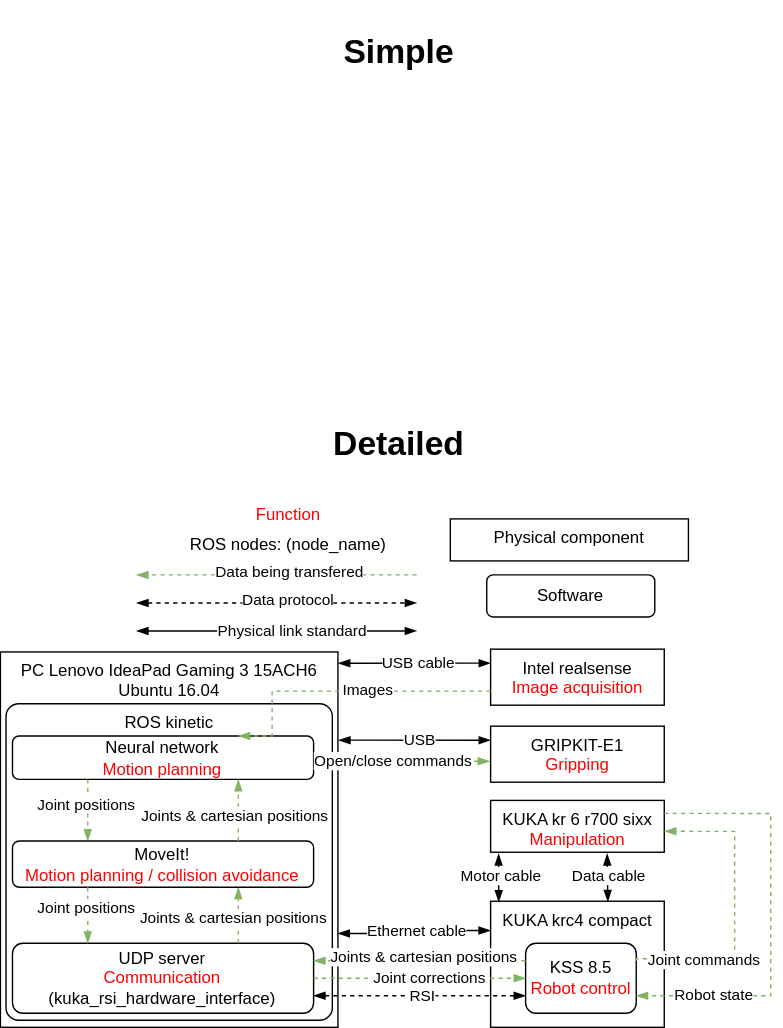
Above: system_architecture.drawio.svg in kasperfg16/p8_sewbot (draw.io), before the change. Source tidied: cells renumbered, new cells last; positions are measured from the earlier drawing's top-left corner, leaving out a move shared by most shapes.
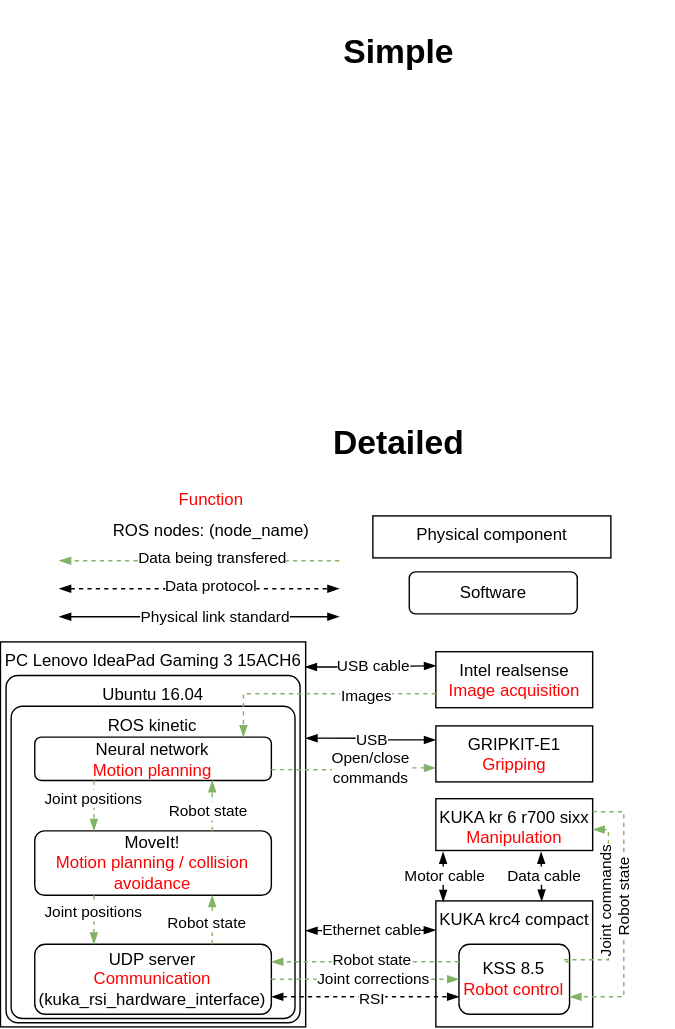
After the commit.

Diff of the diagram source:
```diff
@@ -3,24 +3,33 @@
     <mxCell id="0" />
     <mxCell id="1" parent="0" />
     <mxCell id="2" value="KUKA kr 6 r700 sixx&lt;br&gt;&lt;font color=&quot;#ff0000&quot;&gt;Manipulation&lt;/font&gt;" style="rounded=0;whiteSpace=wrap;html=1;verticalAlign=top;" parent="1" vertex="1">
-      <mxGeometry x="349.8" y="571" width="124" height="37" as="geometry" />
+      <mxGeometry x="310.8" y="570" width="112" height="37" as="geometry" />
     </mxCell>
     <mxCell id="3" style="group;" parent="1" vertex="1">
-      <mxGeometry x="47.8" y="453" width="220" height="280" as="geometry" />
+      <mxGeometry x="47.8" y="453" width="223.2" height="280" as="geometry" />
     </mxCell>
+    <mxCell id="59" style="group;" parent="3" vertex="1">
+      <mxGeometry x="-48" y="5" width="271.2" height="275" as="geometry" />
+    </mxCell>
-    <mxCell id="4" value="PC&amp;nbsp;Lenovo IdeaPad Gaming 3 15ACH6 Ubuntu 16.04" style="rounded=0;whiteSpace=wrap;html=1;verticalAlign=top;" parent="3" vertex="1">
-      <mxGeometry x="-48" y="12" width="241" height="268" as="geometry" />
+    <mxCell id="4" value="PC&amp;nbsp;Lenovo IdeaPad Gaming 3 15ACH6" style="rounded=0;whiteSpace=wrap;html=1;verticalAlign=top;" parent="59" vertex="1">
+      <mxGeometry width="218" height="275" as="geometry" />
     </mxCell>
+    <mxCell id="60" value="Ubuntu 16.04" style="rounded=1;whiteSpace=wrap;html=1;verticalAlign=top;arcSize=4;" parent="59" vertex="1">
+      <mxGeometry x="4" y="24" width="210" height="248" as="geometry" />
+    </mxCell>
-    <mxCell id="5" value="ROS kinetic" style="rounded=1;whiteSpace=wrap;html=1;verticalAlign=top;arcSize=4;" parent="3" vertex="1">
-      <mxGeometry x="-44" y="49" width="233" height="226" as="geometry" />
+    <mxCell id="5" value="ROS kinetic" style="rounded=1;whiteSpace=wrap;html=1;verticalAlign=top;arcSize=4;" parent="59" vertex="1">
+      <mxGeometry x="7.6" y="46" width="202.8" height="223" as="geometry" />
     </mxCell>
-    <mxCell id="6" value="Neural network&lt;br&gt;&lt;font color=&quot;#ff0000&quot;&gt;Motion planning&lt;/font&gt;" style="rounded=1;whiteSpace=wrap;html=1;" parent="3" vertex="1">
-      <mxGeometry x="-39.4" y="72" width="215" height="31" as="geometry" />
+    <mxCell id="6" value="Neural network&lt;br&gt;&lt;font color=&quot;#ff0000&quot;&gt;Motion planning&lt;/font&gt;" style="rounded=1;whiteSpace=wrap;html=1;" parent="59" vertex="1">
+      <mxGeometry x="24.5" y="68" width="169" height="31" as="geometry" />
     </mxCell>
+    <mxCell id="12" value="MoveIt!&lt;br&gt;&lt;font color=&quot;#ff0000&quot;&gt;Motion planning / collision avoidance&lt;/font&gt;" style="rounded=1;whiteSpace=wrap;html=1;" parent="59" vertex="1">
+      <mxGeometry x="24.5" y="135" width="169" height="46" as="geometry" />
+    </mxCell>
-    <mxCell id="7" value="UDP server&lt;br&gt;&lt;font color=&quot;#ff0000&quot;&gt;Communication&lt;/font&gt;&lt;br&gt;(kuka_rsi_hardware_interface)" style="rounded=1;whiteSpace=wrap;html=1;" parent="3" vertex="1">
-      <mxGeometry x="-39.4" y="220" width="215" height="50" as="geometry" />
+    <mxCell id="7" value="UDP server&lt;br&gt;&lt;font color=&quot;#ff0000&quot;&gt;Communication&lt;/font&gt;&lt;br&gt;(kuka_rsi_hardware_interface)" style="rounded=1;whiteSpace=wrap;html=1;" parent="59" vertex="1">
+      <mxGeometry x="24.5" y="216" width="169" height="50" as="geometry" />
     </mxCell>
-    <mxCell id="8" style="edgeStyle=orthogonalEdgeStyle;rounded=0;jettySize=auto;html=1;exitX=0.25;exitY=1;exitDx=0;exitDy=0;dashed=1;endArrow=blockThin;endFill=1;startArrow=none;startFill=0;fillColor=#d5e8d4;strokeColor=#82b366;entryX=0.25;entryY=0;entryDx=0;entryDy=0;" parent="3" edge="1" source="6" target="12">
+    <mxCell id="8" style="edgeStyle=orthogonalEdgeStyle;rounded=0;jettySize=auto;html=1;exitX=0.25;exitY=1;exitDx=0;exitDy=0;dashed=1;endArrow=blockThin;endFill=1;startArrow=none;startFill=0;fillColor=#d5e8d4;strokeColor=#82b366;entryX=0.25;entryY=0;entryDx=0;entryDy=0;" parent="59" edge="1" source="6" target="12">
       <mxGeometry relative="1" as="geometry" />
     </mxCell>
     <mxCell id="9" value="Joint positions" style="edgeLabel;html=1;align=center;verticalAlign=middle;" parent="8" vertex="1">
@@ -28,26 +37,23 @@
         <mxPoint x="-2" y="-7" as="offset" />
       </mxGeometry>
     </mxCell>
+    <mxCell id="13" style="edgeStyle=orthogonalEdgeStyle;rounded=0;jettySize=auto;html=1;exitX=0.75;exitY=0;exitDx=0;exitDy=0;dashed=1;endArrow=blockThin;endFill=1;startArrow=none;startFill=0;fillColor=#d5e8d4;strokeColor=#82b366;entryX=0.75;entryY=1;entryDx=0;entryDy=0;" parent="59" edge="1" source="12" target="6">
+      <mxGeometry relative="1" as="geometry" />
+    </mxCell>
+    <mxCell id="14" value="Robot state" style="edgeLabel;html=1;align=center;verticalAlign=middle;" parent="13" vertex="1">
+      <mxGeometry x="0.11" y="1" relative="1" as="geometry">
+        <mxPoint x="-2" y="6" as="offset" />
+      </mxGeometry>
+    </mxCell>
-    <mxCell id="10" style="edgeStyle=orthogonalEdgeStyle;rounded=0;jettySize=auto;html=1;exitX=0.75;exitY=0;exitDx=0;exitDy=0;dashed=1;endArrow=blockThin;endFill=1;startArrow=none;startFill=0;fillColor=#d5e8d4;strokeColor=#82b366;entryX=0.75;entryY=1;entryDx=0;entryDy=0;" parent="3" edge="1" source="7" target="12">
+    <mxCell id="10" style="edgeStyle=orthogonalEdgeStyle;rounded=0;jettySize=auto;html=1;exitX=0.75;exitY=0;exitDx=0;exitDy=0;dashed=1;endArrow=blockThin;endFill=1;startArrow=none;startFill=0;fillColor=#d5e8d4;strokeColor=#82b366;entryX=0.75;entryY=1;entryDx=0;entryDy=0;" parent="59" edge="1" source="7" target="12">
       <mxGeometry relative="1" as="geometry" />
     </mxCell>
-    <mxCell id="11" value="Joints &amp;amp; cartesian positions" style="edgeLabel;html=1;align=center;verticalAlign=middle;" parent="10" vertex="1">
+    <mxCell id="11" value="Robot state" style="edgeLabel;html=1;align=center;verticalAlign=middle;" parent="10" vertex="1">
       <mxGeometry x="0.11" y="1" relative="1" as="geometry">
         <mxPoint x="-3" y="4" as="offset" />
       </mxGeometry>
     </mxCell>
-    <mxCell id="12" value="MoveIt!&lt;br&gt;&lt;font color=&quot;#ff0000&quot;&gt;Motion planning / collision avoidance&lt;/font&gt;" style="rounded=1;whiteSpace=wrap;html=1;" parent="3" vertex="1">
-      <mxGeometry x="-39.4" y="147" width="215" height="33" as="geometry" />
-    </mxCell>
-    <mxCell id="13" style="edgeStyle=orthogonalEdgeStyle;rounded=0;jettySize=auto;html=1;exitX=0.75;exitY=0;exitDx=0;exitDy=0;dashed=1;endArrow=blockThin;endFill=1;startArrow=none;startFill=0;fillColor=#d5e8d4;strokeColor=#82b366;entryX=0.75;entryY=1;entryDx=0;entryDy=0;" parent="3" edge="1" source="12" target="6">
-      <mxGeometry relative="1" as="geometry" />
-    </mxCell>
-    <mxCell id="14" value="Joints &amp;amp; cartesian positions" style="edgeLabel;html=1;align=center;verticalAlign=middle;" parent="13" vertex="1">
-      <mxGeometry x="0.11" y="1" relative="1" as="geometry">
-        <mxPoint x="-2" y="6" as="offset" />
-      </mxGeometry>
-    </mxCell>
-    <mxCell id="15" style="edgeStyle=orthogonalEdgeStyle;rounded=0;jettySize=auto;html=1;exitX=0.25;exitY=1;exitDx=0;exitDy=0;dashed=1;endArrow=blockThin;endFill=1;startArrow=none;startFill=0;fillColor=#d5e8d4;strokeColor=#82b366;entryX=0.25;entryY=0;entryDx=0;entryDy=0;" parent="3" edge="1" source="12" target="7">
+    <mxCell id="15" style="edgeStyle=orthogonalEdgeStyle;rounded=0;jettySize=auto;html=1;exitX=0.25;exitY=1;exitDx=0;exitDy=0;dashed=1;endArrow=blockThin;endFill=1;startArrow=none;startFill=0;fillColor=#d5e8d4;strokeColor=#82b366;entryX=0.25;entryY=0;entryDx=0;entryDy=0;" parent="59" edge="1" source="12" target="7">
       <mxGeometry relative="1" as="geometry" />
     </mxCell>
     <mxCell id="16" value="Joint positions" style="edgeLabel;html=1;align=center;verticalAlign=middle;" parent="15" vertex="1">
@@ -56,20 +62,20 @@
       </mxGeometry>
     </mxCell>
     <mxCell id="17" style="group;" parent="1" vertex="1">
-      <mxGeometry x="349.8" y="613" width="170" height="120" as="geometry" />
+      <mxGeometry x="310.8" y="613" width="170" height="120" as="geometry" />
     </mxCell>
     <mxCell id="18" value="KUKA krc4 compact" style="rounded=0;whiteSpace=wrap;html=1;verticalAlign=top;" parent="17" vertex="1">
-      <mxGeometry y="30" width="124" height="90" as="geometry" />
+      <mxGeometry y="30" width="112" height="90" as="geometry" />
     </mxCell>
     <mxCell id="19" value="KSS 8.5&lt;br&gt;&lt;font color=&quot;#ff0000&quot;&gt;Robot control&lt;/font&gt;" style="rounded=1;whiteSpace=wrap;html=1;" parent="17" vertex="1">
-      <mxGeometry x="25" y="60" width="79" height="50" as="geometry" />
+      <mxGeometry x="16.5" y="61" width="79" height="50" as="geometry" />
     </mxCell>
     <mxCell id="20" style="edgeStyle=orthogonalEdgeStyle;rounded=0;jettySize=auto;html=1;exitX=1;exitY=0.75;exitDx=0;exitDy=0;endArrow=blockThin;endFill=1;startArrow=blockThin;startFill=1;entryX=-0.001;entryY=0.232;entryDx=0;entryDy=0;entryPerimeter=0;" parent="1" edge="1" source="4" target="18">
       <mxGeometry relative="1" as="geometry" />
     </mxCell>
     <mxCell id="21" value="Ethernet cable" style="edgeLabel;html=1;align=center;verticalAlign=middle;" parent="20" vertex="1">
       <mxGeometry x="0.18" relative="1" as="geometry">
-        <mxPoint x="-7" as="offset" />
+        <mxPoint x="-8" as="offset" />
       </mxGeometry>
     </mxCell>
     <mxCell id="22" style="edgeStyle=orthogonalEdgeStyle;rounded=0;jettySize=auto;html=1;exitX=1;exitY=0.75;exitDx=0;exitDy=0;entryX=0;entryY=0.75;entryDx=0;entryDy=0;dashed=1;endArrow=blockThin;endFill=1;startArrow=blockThin;startFill=1;" parent="1" edge="1" source="7" target="19">
@@ -77,24 +83,24 @@
     </mxCell>
     <mxCell id="23" value="RSI" style="edgeLabel;html=1;align=center;verticalAlign=middle;" parent="22" vertex="1">
       <mxGeometry x="0.24" relative="1" as="geometry">
-        <mxPoint x="-16" as="offset" />
+        <mxPoint x="-12" y="1" as="offset" />
       </mxGeometry>
     </mxCell>
     <mxCell id="24" style="edgeStyle=orthogonalEdgeStyle;rounded=0;jettySize=auto;html=1;exitX=0;exitY=0.25;exitDx=0;exitDy=0;dashed=1;endArrow=blockThin;endFill=1;startArrow=none;startFill=0;fillColor=#d5e8d4;strokeColor=#82b366;entryX=1;entryY=0.25;entryDx=0;entryDy=0;" parent="1" edge="1" source="19" target="7">
       <mxGeometry relative="1" as="geometry" />
     </mxCell>
-    <mxCell id="25" value="Joints &amp;amp; cartesian positions" style="edgeLabel;html=1;align=center;verticalAlign=middle;" parent="24" vertex="1">
+    <mxCell id="25" value="Robot state" style="edgeLabel;html=1;align=center;verticalAlign=middle;" parent="24" vertex="1">
       <mxGeometry x="0.11" y="1" relative="1" as="geometry">
-        <mxPoint x="12" y="-4" as="offset" />
+        <mxPoint x="12" y="-3" as="offset" />
       </mxGeometry>
     </mxCell>
     <mxCell id="26" value="ROS nodes: (node_name)&lt;br&gt;" style="text;html=1;align=center;verticalAlign=middle;strokeColor=none;fillColor=none;" parent="1" vertex="1">
-      <mxGeometry x="125.2" y="374" width="160" height="30" as="geometry" />
+      <mxGeometry x="70" y="364" width="160" height="30" as="geometry" />
     </mxCell>
     <mxCell id="27" style="edgeStyle=orthogonalEdgeStyle;rounded=0;orthogonalLoop=1;jettySize=auto;html=1;exitX=0;exitY=0.25;exitDx=0;exitDy=0;dashed=1;endArrow=blockThin;endFill=1;startArrow=none;startFill=0;fillColor=#d5e8d4;strokeColor=#82b366;entryX=1;entryY=0.25;entryDx=0;entryDy=0;" parent="1" edge="1">
       <mxGeometry relative="1" as="geometry">
-        <mxPoint x="297" y="410" as="sourcePoint" />
-        <mxPoint x="97" y="410" as="targetPoint" />
+        <mxPoint x="241.8" y="400" as="sourcePoint" />
+        <mxPoint x="41.8" y="400" as="targetPoint" />
       </mxGeometry>
     </mxCell>
     <mxCell id="28" value="Data being transfered" style="edgeLabel;html=1;align=center;verticalAlign=middle;" parent="27" vertex="1">
@@ -104,8 +110,8 @@
     </mxCell>
     <mxCell id="29" style="edgeStyle=orthogonalEdgeStyle;rounded=0;orthogonalLoop=1;jettySize=auto;html=1;exitX=1;exitY=0.75;exitDx=0;exitDy=0;entryX=0;entryY=0.75;entryDx=0;entryDy=0;dashed=1;endArrow=blockThin;endFill=1;startArrow=blockThin;startFill=1;" parent="1" edge="1">
       <mxGeometry relative="1" as="geometry">
-        <mxPoint x="97" y="430" as="sourcePoint" />
-        <mxPoint x="297" y="430" as="targetPoint" />
+        <mxPoint x="41.8" y="420" as="sourcePoint" />
+        <mxPoint x="241.8" y="420" as="targetPoint" />
       </mxGeometry>
     </mxCell>
     <mxCell id="30" value="Data protocol" style="edgeLabel;html=1;align=center;verticalAlign=middle;" parent="29" vertex="1">
@@ -115,8 +121,8 @@
     </mxCell>
     <mxCell id="31" style="edgeStyle=orthogonalEdgeStyle;rounded=0;orthogonalLoop=1;jettySize=auto;html=1;exitX=1;exitY=0.25;exitDx=0;exitDy=0;endArrow=blockThin;endFill=1;startArrow=blockThin;startFill=1;" parent="1" edge="1">
       <mxGeometry relative="1" as="geometry">
-        <mxPoint x="97" y="450" as="sourcePoint" />
-        <mxPoint x="297" y="450" as="targetPoint" />
+        <mxPoint x="41.8" y="440" as="sourcePoint" />
+        <mxPoint x="241.8" y="440" as="targetPoint" />
       </mxGeometry>
     </mxCell>
     <mxCell id="32" value="Physical link standard" style="edgeLabel;html=1;align=center;verticalAlign=middle;" parent="31" vertex="1">
@@ -125,13 +131,13 @@
       </mxGeometry>
     </mxCell>
     <mxCell id="33" style="group;" parent="1" vertex="1">
-      <mxGeometry x="321" y="370" width="170" height="30" as="geometry" />
+      <mxGeometry x="265.8" y="368" width="170" height="30" as="geometry" />
     </mxCell>
     <mxCell id="34" value="Physical component" style="rounded=0;whiteSpace=wrap;html=1;verticalAlign=top;" parent="33" vertex="1">
       <mxGeometry width="170" height="30" as="geometry" />
     </mxCell>
     <mxCell id="35" value="Software" style="rounded=1;whiteSpace=wrap;html=1;" parent="1" vertex="1">
-      <mxGeometry x="347" y="410" width="120" height="30" as="geometry" />
+      <mxGeometry x="291.8" y="408" width="120" height="30" as="geometry" />
     </mxCell>
     <mxCell id="36" style="edgeStyle=orthogonalEdgeStyle;rounded=0;jettySize=auto;html=1;endArrow=blockThin;endFill=1;startArrow=blockThin;startFill=1;entryX=0.671;entryY=1.027;entryDx=0;entryDy=0;entryPerimeter=0;exitX=0.675;exitY=0.004;exitDx=0;exitDy=0;exitPerimeter=0;" parent="1" edge="1" source="18" target="2">
       <mxGeometry relative="1" as="geometry" />
@@ -146,13 +152,13 @@
     </mxCell>
     <mxCell id="39" value="Joint corrections" style="edgeLabel;html=1;align=center;verticalAlign=middle;" parent="38" vertex="1">
       <mxGeometry x="0.11" y="1" relative="1" as="geometry">
-        <mxPoint x="-2" y="1" as="offset" />
+        <mxPoint x="-3" y="1" as="offset" />
       </mxGeometry>
     </mxCell>
     <mxCell id="40" value="Intel realsense&lt;br&gt;&lt;font color=&quot;#ff0000&quot;&gt;Image acquisition&lt;/font&gt;" style="rounded=0;whiteSpace=wrap;html=1;verticalAlign=top;" parent="1" vertex="1">
-      <mxGeometry x="349.8" y="463" width="124" height="40" as="geometry" />
+      <mxGeometry x="310.8" y="465" width="112" height="40" as="geometry" />
     </mxCell>
-    <mxCell id="41" style="edgeStyle=orthogonalEdgeStyle;rounded=0;jettySize=auto;html=1;endArrow=blockThin;endFill=1;startArrow=blockThin;startFill=1;entryX=0;entryY=0.25;entryDx=0;entryDy=0;exitX=1.001;exitY=0.03;exitDx=0;exitDy=0;exitPerimeter=0;" parent="1" edge="1" source="4" target="40">
+    <mxCell id="41" style="edgeStyle=orthogonalEdgeStyle;rounded=0;jettySize=auto;html=1;endArrow=blockThin;endFill=1;startArrow=blockThin;startFill=1;entryX=0;entryY=0.25;entryDx=0;entryDy=0;exitX=0.998;exitY=0.065;exitDx=0;exitDy=0;exitPerimeter=0;" parent="1" edge="1" source="4" target="40">
       <mxGeometry relative="1" as="geometry" />
     </mxCell>
     <mxCell id="42" value="USB cable" style="edgeLabel;html=1;align=center;verticalAlign=middle;" parent="41" vertex="1">
@@ -161,32 +167,32 @@
       </mxGeometry>
     </mxCell>
     <mxCell id="43" value="&lt;font color=&quot;#ff0000&quot;&gt;Function&lt;/font&gt;" style="text;html=1;align=center;verticalAlign=middle;strokeColor=none;fillColor=none;" parent="1" vertex="1">
-      <mxGeometry x="170.2" y="352" width="70" height="30" as="geometry" />
+      <mxGeometry x="115" y="342" width="70" height="30" as="geometry" />
     </mxCell>
     <mxCell id="44" value="GRIPKIT-E1&lt;br&gt;&lt;font color=&quot;#ff0000&quot;&gt;Gripping&lt;/font&gt;" style="rounded=0;whiteSpace=wrap;html=1;verticalAlign=top;" parent="1" vertex="1">
-      <mxGeometry x="349.8" y="518" width="124" height="40" as="geometry" />
+      <mxGeometry x="310.8" y="518" width="112" height="40" as="geometry" />
     </mxCell>
-    <mxCell id="45" style="edgeStyle=orthogonalEdgeStyle;rounded=0;jettySize=auto;html=1;exitX=0;exitY=0.75;exitDx=0;exitDy=0;dashed=1;endArrow=blockThin;endFill=1;startArrow=none;startFill=0;fillColor=#d5e8d4;strokeColor=#82b366;entryX=0.75;entryY=0;entryDx=0;entryDy=0;" parent="1" edge="1" source="40" target="6">
+    <mxCell id="45" style="edgeStyle=orthogonalEdgeStyle;rounded=0;jettySize=auto;html=1;exitX=0;exitY=0.75;exitDx=0;exitDy=0;dashed=1;endArrow=blockThin;endFill=1;startArrow=none;startFill=0;fillColor=#d5e8d4;strokeColor=#82b366;entryX=0.882;entryY=-0.002;entryDx=0;entryDy=0;entryPerimeter=0;" parent="1" edge="1" source="40" target="6">
       <mxGeometry relative="1" as="geometry">
         <Array as="points">
-          <mxPoint x="193.8" y="493" />
+          <mxPoint x="173" y="495" />
         </Array>
       </mxGeometry>
     </mxCell>
     <mxCell id="46" value="Images" style="edgeLabel;html=1;align=center;verticalAlign=middle;" parent="45" vertex="1">
       <mxGeometry x="0.11" y="1" relative="1" as="geometry">
-        <mxPoint x="30" y="-2" as="offset" />
+        <mxPoint x="44" y="1" as="offset" />
       </mxGeometry>
     </mxCell>
-    <mxCell id="47" style="edgeStyle=orthogonalEdgeStyle;rounded=0;jettySize=auto;html=1;exitX=1;exitY=0.75;exitDx=0;exitDy=0;dashed=1;endArrow=blockThin;endFill=1;startArrow=none;startFill=0;fillColor=#d5e8d4;strokeColor=#82b366;entryX=-0.005;entryY=0.626;entryDx=0;entryDy=0;entryPerimeter=0;" parent="1" edge="1" source="6" target="44">
+    <mxCell id="47" style="edgeStyle=orthogonalEdgeStyle;rounded=0;jettySize=auto;html=1;dashed=1;endArrow=blockThin;endFill=1;startArrow=none;startFill=0;fillColor=#d5e8d4;strokeColor=#82b366;exitX=1;exitY=0.75;exitDx=0;exitDy=0;entryX=0;entryY=0.75;entryDx=0;entryDy=0;" parent="1" edge="1" source="6" target="44">
       <mxGeometry relative="1" as="geometry" />
     </mxCell>
-    <mxCell id="48" value="Open/close commands" style="edgeLabel;html=1;align=center;verticalAlign=middle;" parent="47" vertex="1">
+    <mxCell id="48" value="Open/close&lt;br&gt;commands" style="edgeLabel;html=1;align=center;verticalAlign=middle;" parent="47" vertex="1">
       <mxGeometry x="0.11" y="1" relative="1" as="geometry">
-        <mxPoint x="-11" y="1" as="offset" />
+        <mxPoint x="6" y="1" as="offset" />
       </mxGeometry>
     </mxCell>
-    <mxCell id="49" style="edgeStyle=orthogonalEdgeStyle;rounded=0;jettySize=auto;html=1;exitX=1.002;exitY=0.235;exitDx=0;exitDy=0;endArrow=blockThin;endFill=1;startArrow=blockThin;startFill=1;entryX=0;entryY=0.25;entryDx=0;entryDy=0;exitPerimeter=0;" parent="1" edge="1" source="4" target="44">
+    <mxCell id="49" style="edgeStyle=orthogonalEdgeStyle;rounded=0;jettySize=auto;html=1;exitX=1;exitY=0.25;exitDx=0;exitDy=0;endArrow=blockThin;endFill=1;startArrow=blockThin;startFill=1;entryX=0;entryY=0.25;entryDx=0;entryDy=0;" parent="1" edge="1" source="4" target="44">
       <mxGeometry relative="1" as="geometry" />
     </mxCell>
     <mxCell id="50" value="USB" style="edgeLabel;html=1;align=center;verticalAlign=middle;" parent="49" vertex="1">
@@ -197,28 +203,28 @@
     <mxCell id="51" style="edgeStyle=orthogonalEdgeStyle;rounded=0;jettySize=auto;html=1;dashed=1;endArrow=blockThin;endFill=1;startArrow=none;startFill=0;fillColor=#d5e8d4;strokeColor=#82b366;entryX=1.001;entryY=0.596;entryDx=0;entryDy=0;exitX=1;exitY=0.25;exitDx=0;exitDy=0;entryPerimeter=0;" parent="1" edge="1" source="19" target="2">
       <mxGeometry relative="1" as="geometry">
         <Array as="points">
-          <mxPoint x="454" y="684" />
-          <mxPoint x="524" y="684" />
-          <mxPoint x="524" y="593" />
+          <mxPoint x="402" y="685" />
+          <mxPoint x="434" y="685" />
+          <mxPoint x="434" y="592" />
         </Array>
       </mxGeometry>
     </mxCell>
-    <mxCell id="52" value="Joint commands" style="edgeLabel;html=1;align=center;verticalAlign=middle;" parent="51" vertex="1">
+    <mxCell id="52" value="Joint commands" style="edgeLabel;html=1;align=center;verticalAlign=middle;rotation=-90;" parent="51" vertex="1">
       <mxGeometry x="0.11" y="1" relative="1" as="geometry">
-        <mxPoint x="-21" y="47" as="offset" />
+        <mxPoint x="-1" as="offset" />
       </mxGeometry>
     </mxCell>
     <mxCell id="53" style="edgeStyle=orthogonalEdgeStyle;rounded=0;jettySize=auto;html=1;exitX=1;exitY=0.25;exitDx=0;exitDy=0;dashed=1;endArrow=blockThin;endFill=1;startArrow=none;startFill=0;fillColor=#d5e8d4;strokeColor=#82b366;entryX=1;entryY=0.75;entryDx=0;entryDy=0;" parent="1" edge="1" source="2" target="19">
       <mxGeometry relative="1" as="geometry">
         <Array as="points">
-          <mxPoint x="549.8" y="580" />
-          <mxPoint x="549.8" y="711" />
+          <mxPoint x="445" y="579" />
+          <mxPoint x="445" y="712" />
         </Array>
       </mxGeometry>
     </mxCell>
-    <mxCell id="54" value="Robot state" style="edgeLabel;html=1;align=center;verticalAlign=middle;" parent="53" vertex="1">
+    <mxCell id="54" value="Robot state" style="edgeLabel;html=1;align=center;verticalAlign=middle;rotation=-90;" parent="53" vertex="1">
       <mxGeometry x="0.11" y="1" relative="1" as="geometry">
-        <mxPoint x="-42" y="37" as="offset" />
+        <mxPoint x="-1" y="-24" as="offset" />
       </mxGeometry>
     </mxCell>
     <mxCell id="55" value="&lt;h1&gt;Simple&lt;/h1&gt;" style="text;html=1;align=center;verticalAlign=middle;strokeColor=none;fillColor=none;" parent="1" vertex="1">
```
